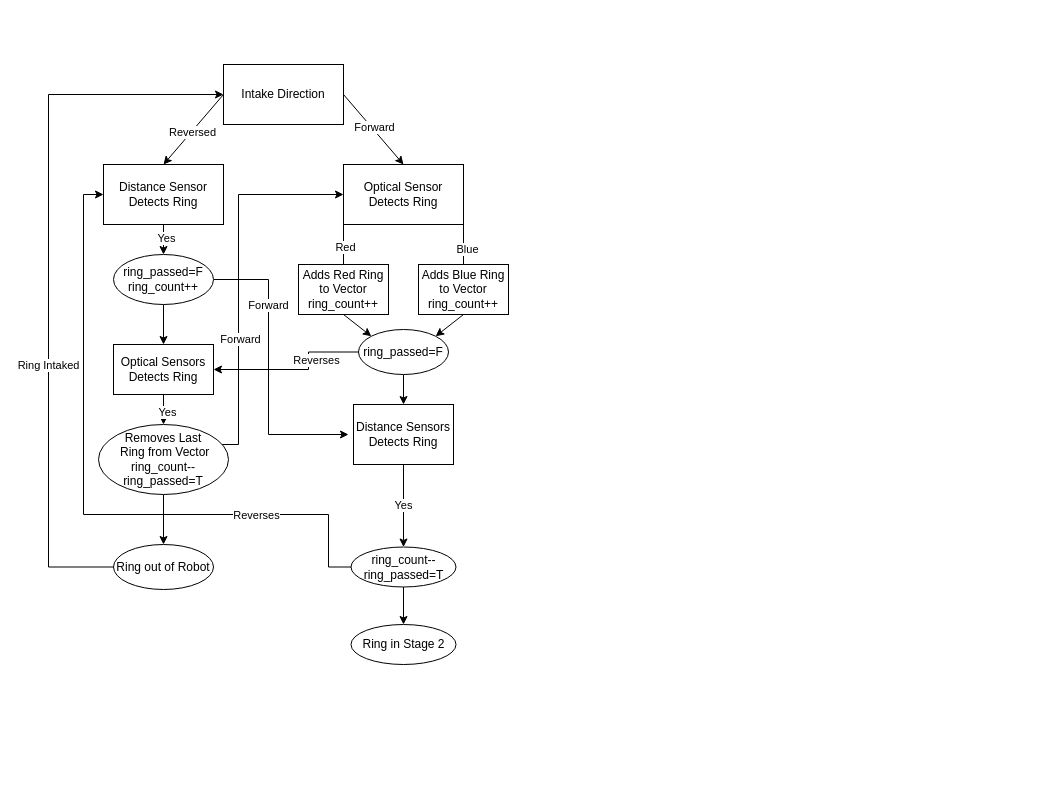
This is Flowcharts/intake.drawio from Lunar-Eclipse255/Robotics-Flowcharts, a draw.io file, before an edit. Source tidied: cells renumbered, new cells numbered last; positions are measured from the earlier drawing's top-left corner, leaving out a move shared by most shapes. Both pictures are drawn from the tidied source at 100%, with x=0, y=0 at pixel (48, 64).
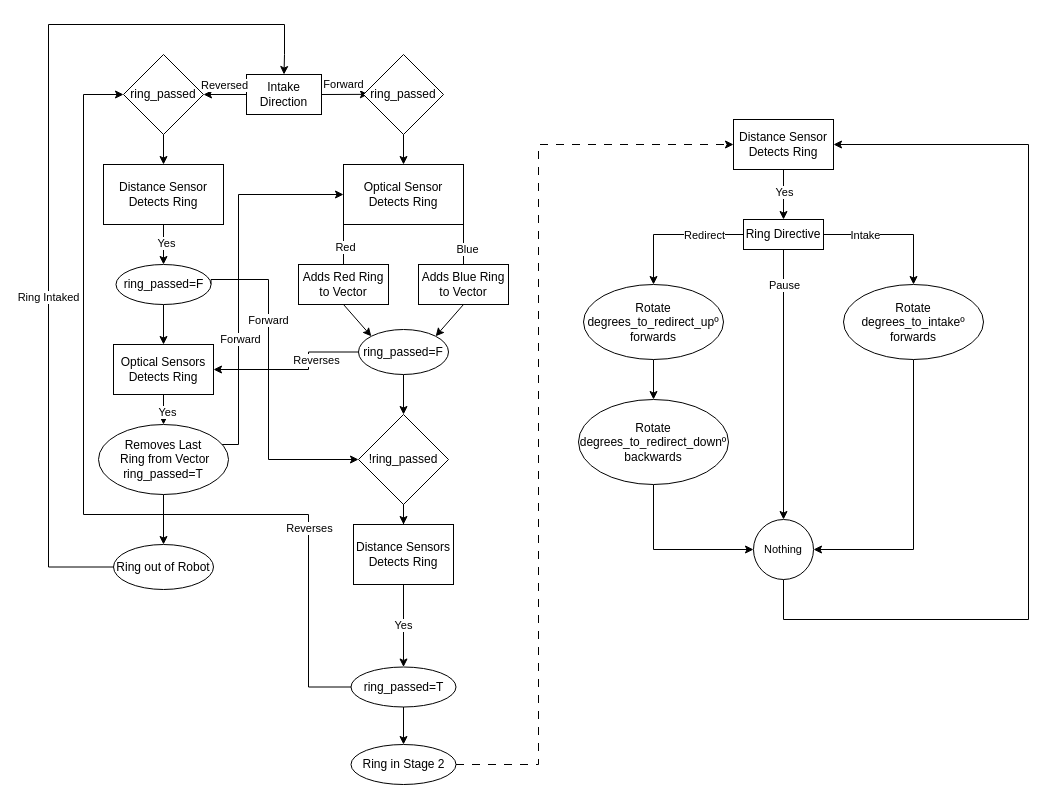
Above is the later version.

Unchanged cells that the change refers to:
```xml
<mxCell id="3" value="Optical Sensor Detects Ring" style="rounded=0;whiteSpace=wrap;html=1;" parent="1" vertex="1">
  <mxGeometry x="295" y="100" width="120" height="60" as="geometry" />
</mxCell>
<mxCell id="4" value="&lt;div&gt;Distance Sensor Detects Ring&lt;/div&gt;" style="rounded=0;whiteSpace=wrap;html=1;" parent="1" vertex="1">
  <mxGeometry x="55" y="100" width="120" height="60" as="geometry" />
</mxCell>
<mxCell id="35" value="&lt;div&gt;&lt;font style=&quot;font-size: 12px;&quot;&gt;ring_passed=F&lt;/font&gt;&lt;/div&gt;" style="ellipse;whiteSpace=wrap;html=1;" parent="1" vertex="1">
  <mxGeometry x="310" y="265" width="90" height="45" as="geometry" />
</mxCell>
<mxCell id="39" value="Ring out of Robot" style="ellipse;whiteSpace=wrap;html=1;" parent="1" vertex="1">
  <mxGeometry x="65" y="480" width="100" height="45" as="geometry" />
</mxCell>
```

The edit, as a diff of the source:
```diff
@@
     <mxCell id="2" value="Intake Direction" style="rounded=0;whiteSpace=wrap;html=1;" parent="1" vertex="1">
-      <mxGeometry x="175" width="120" height="60" as="geometry" />
+      <mxGeometry x="198" y="10" width="75" height="40" as="geometry" />
     </mxCell>
@@
-    <mxCell id="5" style="endArrow=classic;html=1;rounded=0;exitX=0;exitY=0.5;exitDx=0;exitDy=0;entryX=0.5;entryY=0;entryDx=0;entryDy=0;" parent="1" edge="1" source="2" target="4">
+    <mxCell id="5" style="endArrow=classic;html=1;rounded=0;exitX=0;exitY=0.5;exitDx=0;exitDy=0;entryX=1;entryY=0.5;entryDx=0;entryDy=0;" parent="1" edge="1" source="2" target="50">
       <mxGeometry relative="1" as="geometry" />
     </mxCell>
     <mxCell id="6" value="Reversed" style="edgeLabel;html=1;align=center;verticalAlign=middle;" parent="5" vertex="1">
-      <mxGeometry x="0.06" relative="1" as="geometry" />
+      <mxGeometry x="0.06" relative="1" as="geometry">
+        <mxPoint y="-10" as="offset" />
+      </mxGeometry>
     </mxCell>
-    <mxCell id="7" style="endArrow=classic;html=1;rounded=0;exitX=1;exitY=0.5;exitDx=0;exitDy=0;entryX=0.5;entryY=0;entryDx=0;entryDy=0;" parent="1" edge="1" source="2" target="3">
+    <mxCell id="7" style="endArrow=classic;html=1;rounded=0;exitX=1;exitY=0.5;exitDx=0;exitDy=0;entryX=0.061;entryY=0.498;entryDx=0;entryDy=0;entryPerimeter=0;" parent="1" edge="1" source="2" target="46">
       <mxGeometry relative="1" as="geometry" />
     </mxCell>
     <mxCell id="8" value="Forward" style="edgeLabel;html=1;align=center;verticalAlign=middle;" parent="7" vertex="1">
       <mxGeometry x="-0.04" y="3" relative="1" as="geometry">
-        <mxPoint y="1" as="offset" />
+        <mxPoint x="-1" y="-7" as="offset" />
       </mxGeometry>
     </mxCell>
@@
-    <mxCell id="11" value="&lt;div&gt;Adds Red Ring to Vector&lt;br&gt;&lt;/div&gt;&lt;div&gt;ring_count++&lt;br&gt;&lt;/div&gt;" style="rounded=0;whiteSpace=wrap;html=1;" parent="1" vertex="1">
-      <mxGeometry x="250" y="200" width="90" height="50" as="geometry" />
+    <mxCell id="11" value="&lt;div&gt;Adds Red Ring to Vector&lt;br&gt;&lt;/div&gt;" style="rounded=0;whiteSpace=wrap;html=1;" parent="1" vertex="1">
+      <mxGeometry x="250" y="200" width="90" height="40" as="geometry" />
     </mxCell>
@@
-    <mxCell id="14" value="&lt;div&gt;Adds Blue Ring to Vector&lt;/div&gt;&lt;div&gt;ring_count++&lt;br&gt;&lt;/div&gt;" style="rounded=0;whiteSpace=wrap;html=1;" parent="1" vertex="1">
-      <mxGeometry x="370" y="200" width="90" height="50" as="geometry" />
+    <mxCell id="14" value="&lt;div&gt;Adds Blue Ring to Vector&lt;/div&gt;" style="rounded=0;whiteSpace=wrap;html=1;" parent="1" vertex="1">
+      <mxGeometry x="370" y="200" width="90" height="40" as="geometry" />
     </mxCell>
@@
-    <mxCell id="16" style="edgeStyle=orthogonalEdgeStyle;rounded=0;jettySize=auto;html=1;entryX=0;entryY=0.5;entryDx=0;entryDy=0;exitX=0;exitY=0.5;exitDx=0;exitDy=0;" parent="1" edge="1" source="41" target="4">
+    <mxCell id="16" style="edgeStyle=orthogonalEdgeStyle;rounded=0;jettySize=auto;html=1;entryX=0;entryY=0.5;entryDx=0;entryDy=0;exitX=0;exitY=0.5;exitDx=0;exitDy=0;" parent="1" edge="1" source="41" target="50">
       <mxGeometry relative="1" as="geometry">
         <Array as="points">
-          <mxPoint x="280" y="503" />
-          <mxPoint x="280" y="450" />
+          <mxPoint x="260" y="623" />
+          <mxPoint x="260" y="450" />
           <mxPoint x="35" y="450" />
-          <mxPoint x="35" y="130" />
+          <mxPoint x="35" y="30" />
         </Array>
       </mxGeometry>
     </mxCell>
@@
     <mxCell id="18" value="&lt;div&gt;Distance Sensors Detects Ring&lt;/div&gt;" style="rounded=0;whiteSpace=wrap;html=1;" parent="1" vertex="1">
-      <mxGeometry x="305" y="340" width="100" height="60" as="geometry" />
+      <mxGeometry x="305" y="460" width="100" height="60" as="geometry" />
     </mxCell>
@@
-    <mxCell id="29" style="edgeStyle=orthogonalEdgeStyle;rounded=0;jettySize=auto;html=1;exitX=0.5;exitY=1;exitDx=0;exitDy=0;" parent="1" edge="1" source="35" target="18">
+    <mxCell id="29" style="edgeStyle=orthogonalEdgeStyle;rounded=0;jettySize=auto;html=1;exitX=0.5;exitY=1;exitDx=0;exitDy=0;entryX=0.5;entryY=0;entryDx=0;entryDy=0;" parent="1" edge="1" source="35" target="48">
       <mxGeometry relative="1" as="geometry" />
     </mxCell>
@@
-    <mxCell id="33" style="edgeStyle=orthogonalEdgeStyle;rounded=0;jettySize=auto;html=1;exitX=1;exitY=0.5;exitDx=0;exitDy=0;" parent="1" edge="1" source="36">
+    <mxCell id="33" style="edgeStyle=orthogonalEdgeStyle;rounded=0;jettySize=auto;html=1;exitX=1;exitY=0.5;exitDx=0;exitDy=0;entryX=0;entryY=0.5;entryDx=0;entryDy=0;" parent="1" edge="1" source="36" target="48">
       <mxGeometry relative="1" as="geometry">
-        <mxPoint x="300" y="370" as="targetPoint" />
         <Array as="points">
+          <mxPoint x="163" y="215" />
           <mxPoint x="220" y="215" />
-          <mxPoint x="220" y="370" />
+          <mxPoint x="220" y="395" />
         </Array>
       </mxGeometry>
     </mxCell>
@@
-    <mxCell id="36" value="&lt;div&gt;&lt;font style=&quot;font-size: 12px;&quot;&gt;ring_passed=F&lt;/font&gt;&lt;/div&gt;&lt;div&gt;&lt;font style=&quot;font-size: 12px;&quot;&gt;ring_count++&lt;br&gt;&lt;/font&gt;&lt;/div&gt;" style="ellipse;whiteSpace=wrap;html=1;" parent="1" vertex="1">
-      <mxGeometry x="65" y="190" width="100" height="50" as="geometry" />
+    <mxCell id="36" value="&lt;div&gt;&lt;font style=&quot;font-size: 12px;&quot;&gt;ring_passed=F&lt;/font&gt;&lt;/div&gt;" style="ellipse;whiteSpace=wrap;html=1;" parent="1" vertex="1">
+      <mxGeometry x="67.5" y="200" width="95" height="40" as="geometry" />
     </mxCell>
-    <mxCell id="37" style="edgeStyle=orthogonalEdgeStyle;rounded=0;jettySize=auto;html=1;entryX=0;entryY=0.5;entryDx=0;entryDy=0;" parent="1" edge="1" source="39" target="2">
+    <mxCell id="37" style="edgeStyle=orthogonalEdgeStyle;rounded=0;jettySize=auto;html=1;entryX=0.5;entryY=0;entryDx=0;entryDy=0;" parent="1" edge="1" source="39" target="2">
       <mxGeometry relative="1" as="geometry">
         <Array as="points">
-          <mxPoint y="502" />
-          <mxPoint y="30" />
+          <mxPoint y="503" />
+          <mxPoint y="-40" />
+          <mxPoint x="236" y="-40" />
+          <mxPoint x="236" y="-10" />
+          <mxPoint x="236" y="-10" />
         </Array>
       </mxGeometry>
     </mxCell>
@@
-    <mxCell id="41" value="&lt;div&gt;ring_count--&lt;/div&gt;ring_passed=T" style="ellipse;whiteSpace=wrap;html=1;" parent="1" vertex="1">
-      <mxGeometry x="302.5" y="482.5" width="105" height="40" as="geometry" />
+    <mxCell id="41" value="ring_passed=T" style="ellipse;whiteSpace=wrap;html=1;" parent="1" vertex="1">
+      <mxGeometry x="302.5" y="602.5" width="105" height="40" as="geometry" />
     </mxCell>
-    <mxCell id="42" value="&lt;div&gt;Removes Last&lt;/div&gt;&lt;div&gt;&amp;nbsp;Ring from Vector&lt;/div&gt;&lt;div&gt;ring_count--&lt;/div&gt;ring_passed=T" style="ellipse;whiteSpace=wrap;html=1;" parent="1" vertex="1">
+    <mxCell id="42" value="&lt;div&gt;Removes Last&lt;/div&gt;&lt;div&gt;&amp;nbsp;Ring from Vector&lt;/div&gt;ring_passed=T" style="ellipse;whiteSpace=wrap;html=1;" parent="1" vertex="1">
       <mxGeometry x="50" y="360" width="130" height="70" as="geometry" />
     </mxCell>
+    <mxCell id="44" style="edgeStyle=orthogonalEdgeStyle;shape=connector;rounded=0;jettySize=auto;html=1;entryX=0;entryY=0.5;entryDx=0;entryDy=0;strokeColor=default;align=center;verticalAlign=middle;fontFamily=Helvetica;fontSize=11;fontColor=default;labelBackgroundColor=default;endArrow=classic;dashed=1;dashPattern=8 8;" parent="1" edge="1" source="43" target="53">
+      <mxGeometry relative="1" as="geometry">
+        <Array as="points">
+          <mxPoint x="490" y="700" />
+          <mxPoint x="490" y="80" />
+        </Array>
+      </mxGeometry>
+    </mxCell>
     <mxCell id="43" value="Ring in Stage 2" style="ellipse;whiteSpace=wrap;html=1;" parent="1" vertex="1">
-      <mxGeometry x="302.5" y="560" width="105" height="40" as="geometry" />
+      <mxGeometry x="302.5" y="680" width="105" height="40" as="geometry" />
     </mxCell>
+    <mxCell id="45" style="edgeStyle=orthogonalEdgeStyle;rounded=0;jettySize=auto;html=1;" parent="1" edge="1" source="46" target="3">
+      <mxGeometry relative="1" as="geometry" />
+    </mxCell>
+    <mxCell id="46" value="ring_passed" style="rhombus;whiteSpace=wrap;html=1;" parent="1" vertex="1">
+      <mxGeometry x="315" y="-10" width="80" height="80" as="geometry" />
+    </mxCell>
+    <mxCell id="47" style="edgeStyle=orthogonalEdgeStyle;rounded=0;jettySize=auto;html=1;" parent="1" edge="1" source="48" target="18">
+      <mxGeometry relative="1" as="geometry" />
+    </mxCell>
+    <mxCell id="48" value="!ring_passed" style="rhombus;whiteSpace=wrap;html=1;" parent="1" vertex="1">
+      <mxGeometry x="310" y="350" width="90" height="90" as="geometry" />
+    </mxCell>
+    <mxCell id="49" style="edgeStyle=orthogonalEdgeStyle;rounded=0;jettySize=auto;html=1;" parent="1" edge="1" source="50" target="4">
+      <mxGeometry relative="1" as="geometry" />
+    </mxCell>
+    <mxCell id="50" value="ring_passed" style="rhombus;whiteSpace=wrap;html=1;" parent="1" vertex="1">
+      <mxGeometry x="75" y="-10" width="80" height="80" as="geometry" />
+    </mxCell>
+    <mxCell id="51" style="edgeStyle=orthogonalEdgeStyle;shape=connector;rounded=0;jettySize=auto;html=1;strokeColor=default;align=center;verticalAlign=middle;fontFamily=Helvetica;fontSize=11;fontColor=default;labelBackgroundColor=default;endArrow=classic;" parent="1" edge="1" source="53" target="60">
+      <mxGeometry relative="1" as="geometry" />
+    </mxCell>
+    <mxCell id="52" value="Yes" style="edgeLabel;html=1;align=center;verticalAlign=middle;fontFamily=Helvetica;fontSize=11;fontColor=default;labelBackgroundColor=default;" parent="51" vertex="1">
+      <mxGeometry x="-0.13" relative="1" as="geometry" />
+    </mxCell>
+    <mxCell id="53" value="Distance Sensor Detects Ring" style="rounded=0;whiteSpace=wrap;html=1;" parent="1" vertex="1">
+      <mxGeometry x="685" y="55" width="100" height="50" as="geometry" />
+    </mxCell>
+    <mxCell id="54" style="edgeStyle=orthogonalEdgeStyle;shape=connector;rounded=0;jettySize=auto;html=1;entryX=0.5;entryY=0;entryDx=0;entryDy=0;strokeColor=default;align=center;verticalAlign=middle;fontFamily=Helvetica;fontSize=11;fontColor=default;labelBackgroundColor=default;endArrow=classic;" parent="1" edge="1" source="60" target="62">
+      <mxGeometry relative="1" as="geometry" />
+    </mxCell>
+    <mxCell id="55" value="Redirect" style="edgeLabel;html=1;align=center;verticalAlign=middle;fontFamily=Helvetica;fontSize=11;fontColor=default;labelBackgroundColor=default;" parent="54" vertex="1">
+      <mxGeometry x="-0.24" relative="1" as="geometry">
+        <mxPoint x="13" as="offset" />
+      </mxGeometry>
+    </mxCell>
+    <mxCell id="56" style="edgeStyle=orthogonalEdgeStyle;shape=connector;rounded=0;jettySize=auto;html=1;entryX=0.5;entryY=0;entryDx=0;entryDy=0;strokeColor=default;align=center;verticalAlign=middle;fontFamily=Helvetica;fontSize=11;fontColor=default;labelBackgroundColor=default;endArrow=classic;" parent="1" edge="1" source="60" target="64">
+      <mxGeometry relative="1" as="geometry" />
+    </mxCell>
+    <mxCell id="57" value="Intake" style="edgeLabel;html=1;align=center;verticalAlign=middle;fontFamily=Helvetica;fontSize=11;fontColor=default;labelBackgroundColor=default;" parent="56" vertex="1">
+      <mxGeometry x="-0.32" y="1" relative="1" as="geometry">
+        <mxPoint x="-7" y="1" as="offset" />
+      </mxGeometry>
+    </mxCell>
+    <mxCell id="58" style="edgeStyle=orthogonalEdgeStyle;shape=connector;rounded=0;jettySize=auto;html=1;strokeColor=default;align=center;verticalAlign=middle;fontFamily=Helvetica;fontSize=11;fontColor=default;labelBackgroundColor=default;endArrow=classic;" parent="1" edge="1" source="60" target="68">
+      <mxGeometry relative="1" as="geometry" />
+    </mxCell>
+    <mxCell id="59" value="Pause" style="edgeLabel;html=1;align=center;verticalAlign=middle;fontFamily=Helvetica;fontSize=11;fontColor=default;labelBackgroundColor=default;" parent="58" vertex="1">
+      <mxGeometry x="-0.73" y="3" relative="1" as="geometry">
+        <mxPoint x="-3" y="-1" as="offset" />
+      </mxGeometry>
+    </mxCell>
+    <mxCell id="60" value="Ring Directive" style="rounded=0;whiteSpace=wrap;html=1;" parent="1" vertex="1">
+      <mxGeometry x="695" y="155" width="80" height="30" as="geometry" />
+    </mxCell>
+    <mxCell id="61" style="edgeStyle=orthogonalEdgeStyle;shape=connector;rounded=0;jettySize=auto;html=1;strokeColor=default;align=center;verticalAlign=middle;fontFamily=Helvetica;fontSize=11;fontColor=default;labelBackgroundColor=default;endArrow=classic;" parent="1" edge="1" source="62" target="66">
+      <mxGeometry relative="1" as="geometry" />
+    </mxCell>
+    <mxCell id="62" value="Rotate degrees_to_redirect_upº forwards" style="ellipse;whiteSpace=wrap;html=1;" parent="1" vertex="1">
+      <mxGeometry x="535" y="220" width="140" height="75" as="geometry" />
+    </mxCell>
+    <mxCell id="63" style="edgeStyle=orthogonalEdgeStyle;shape=connector;rounded=0;jettySize=auto;html=1;entryX=1;entryY=0.5;entryDx=0;entryDy=0;strokeColor=default;align=center;verticalAlign=middle;fontFamily=Helvetica;fontSize=11;fontColor=default;labelBackgroundColor=default;endArrow=classic;exitX=0.5;exitY=1;exitDx=0;exitDy=0;" parent="1" edge="1" source="64" target="68">
+      <mxGeometry relative="1" as="geometry" />
+    </mxCell>
+    <mxCell id="64" value="Rotate degrees_to_intakeº forwards" style="ellipse;whiteSpace=wrap;html=1;" parent="1" vertex="1">
+      <mxGeometry x="795" y="220" width="140" height="75" as="geometry" />
+    </mxCell>
+    <mxCell id="65" style="edgeStyle=orthogonalEdgeStyle;shape=connector;rounded=0;jettySize=auto;html=1;strokeColor=default;align=center;verticalAlign=middle;fontFamily=Helvetica;fontSize=11;fontColor=default;labelBackgroundColor=default;endArrow=classic;exitX=0.5;exitY=1;exitDx=0;exitDy=0;entryX=0;entryY=0.5;entryDx=0;entryDy=0;" parent="1" edge="1" source="66" target="68">
+      <mxGeometry relative="1" as="geometry">
+        <Array as="points">
+          <mxPoint x="605" y="485" />
+        </Array>
+      </mxGeometry>
+    </mxCell>
+    <mxCell id="66" value="Rotate degrees_to_redirect_downº backwards" style="ellipse;whiteSpace=wrap;html=1;" parent="1" vertex="1">
+      <mxGeometry x="530" y="335" width="150" height="85" as="geometry" />
+    </mxCell>
+    <mxCell id="67" style="edgeStyle=orthogonalEdgeStyle;shape=connector;rounded=0;jettySize=auto;html=1;entryX=1;entryY=0.5;entryDx=0;entryDy=0;strokeColor=default;align=center;verticalAlign=middle;fontFamily=Helvetica;fontSize=11;fontColor=default;labelBackgroundColor=default;endArrow=classic;exitX=0.5;exitY=1;exitDx=0;exitDy=0;" parent="1" edge="1" source="68" target="53">
+      <mxGeometry relative="1" as="geometry">
+        <Array as="points">
+          <mxPoint x="735" y="555" />
+          <mxPoint x="980" y="555" />
+          <mxPoint x="980" y="80" />
+        </Array>
+      </mxGeometry>
+    </mxCell>
+    <mxCell id="68" value="Nothing" style="ellipse;whiteSpace=wrap;html=1;fontFamily=Helvetica;fontSize=11;fontColor=default;labelBackgroundColor=default;" parent="1" vertex="1">
+      <mxGeometry x="705" y="455" width="60" height="60" as="geometry" />
+    </mxCell>
```
